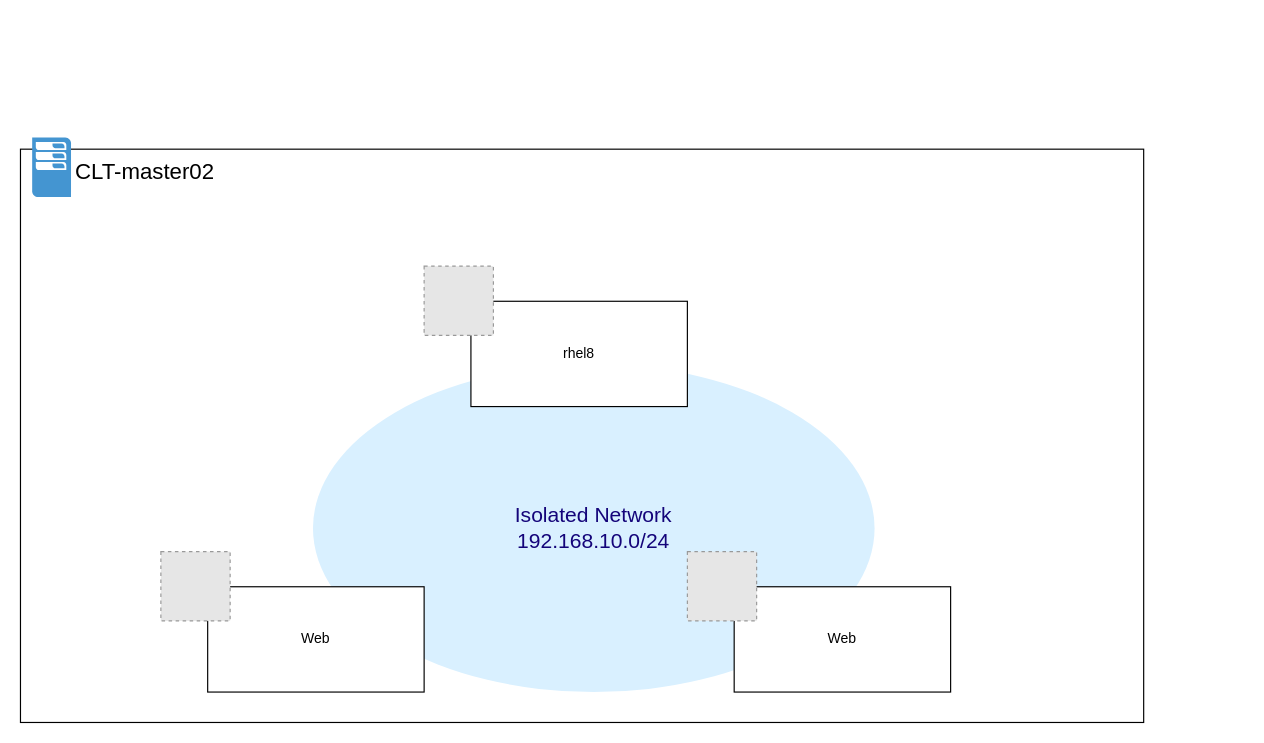
Earlier version of the draw.io diagram iptables_test01.drawio (yokikim/Report-resource-linux). Source tidied: cells renumbered, new cells numbered last; positions are measured from the earlier drawing's top-left corner, leaving out a move shared by most shapes. Both pictures are drawn from the tidied source at 117%, with x=0, y=0 at pixel (20, 137). Pictures stored in the file or linked from it are replaced by grey dashed boxes.
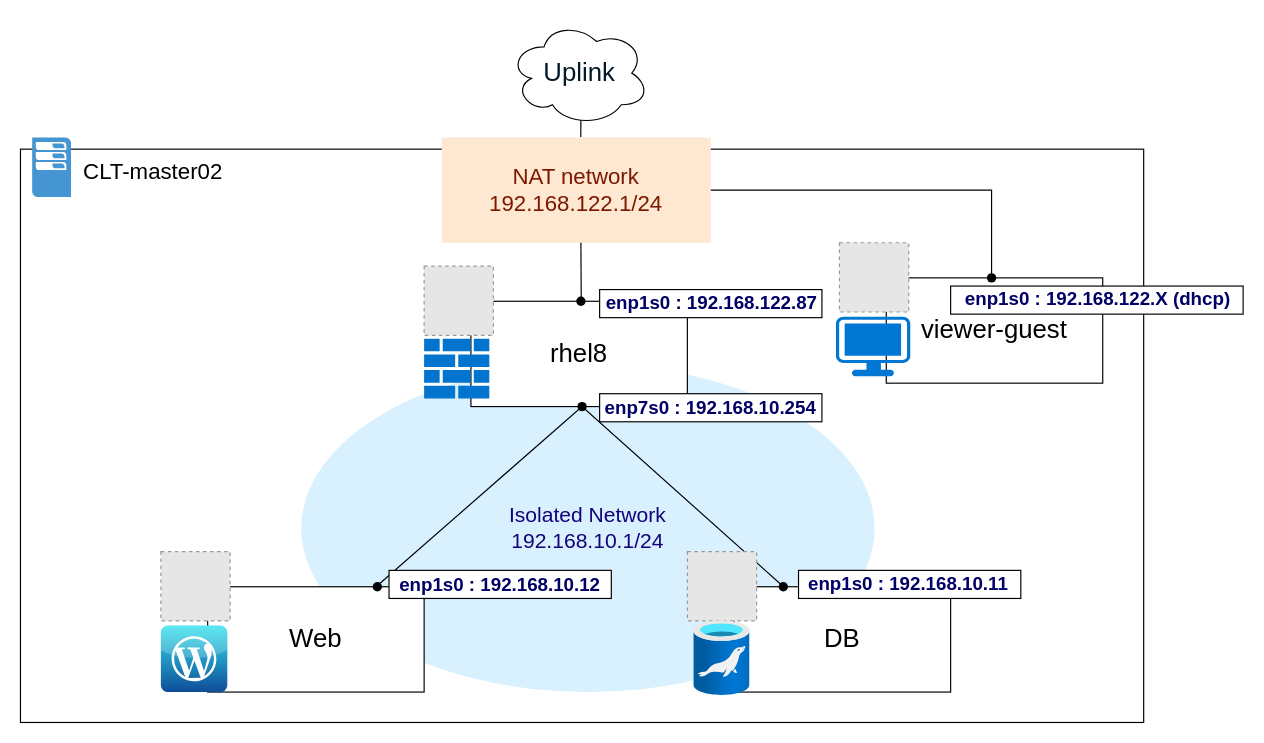
The same page after the edit.

The change refers to these unchanged cells:
```xml
<mxCell id="2" style="group;" parent="1" vertex="1">
  <mxGeometry width="960" height="500" as="geometry" />
</mxCell>
```

Diff of the diagram source:
```diff
@@
     <mxCell id="5" value="&lt;font style=&quot;font-size: 19px;&quot;&gt;CLT-master02&lt;/font&gt;" style="text;html=1;strokeColor=none;fillColor=none;align=center;verticalAlign=middle;whiteSpace=wrap;rounded=0;" parent="2" vertex="1">
-      <mxGeometry x="43.2" y="10.4" width="126.8" height="39.6" as="geometry" />
+      <mxGeometry x="50" y="10" width="126.8" height="39.6" as="geometry" />
     </mxCell>
@@
-    <mxCell id="7" value="&lt;font color=&quot;#14047a&quot; style=&quot;font-size: 18px;&quot;&gt;Isolated Network&lt;br&gt;192.168.10.0/24&lt;/font&gt;" style="ellipse;whiteSpace=wrap;html=1;fillColor=#D9F0FF;strokeColor=none;" parent="6" vertex="1">
-      <mxGeometry x="250" y="194" width="480" height="280" as="geometry" />
+    <mxCell id="7" value="&lt;font color=&quot;#14047a&quot; style=&quot;font-size: 18px;&quot;&gt;Isolated Network&lt;br&gt;192.168.10.1/24&lt;/font&gt;" style="ellipse;whiteSpace=wrap;html=1;fillColor=#D9F0FF;strokeColor=none;" parent="6" vertex="1">
+      <mxGeometry x="240" y="194" width="490" height="280" as="geometry" />
     </mxCell>
+    <mxCell id="15" value="&lt;font color=&quot;#7a1800&quot;&gt;NAT network&lt;br&gt;192.168.122.1/24&lt;/font&gt;" style="rounded=0;whiteSpace=wrap;html=1;fontSize=19;fontColor=#14047A;fillColor=#FFE8D1;strokeColor=none;" parent="6" vertex="1">
+      <mxGeometry x="360" width="230" height="90" as="geometry" />
+    </mxCell>
+    <mxCell id="16" parent="0" />
+    <mxCell id="17" style="endArrow=none;html=1;rounded=0;fontSize=22;fontColor=#7A1800;" parent="16" edge="1" source="11" target="13">
+      <mxGeometry relative="1" as="geometry">
+        <Array as="points">
+          <mxPoint x="480" y="230" />
+        </Array>
+      </mxGeometry>
+    </mxCell>
+    <mxCell id="18" style="endArrow=none;html=1;rounded=0;fontSize=22;fontColor=#7A1800;exitX=0.534;exitY=0.99;exitDx=0;exitDy=0;exitPerimeter=0;" parent="16" edge="1">
+      <mxGeometry relative="1" as="geometry">
+        <mxPoint x="479.8" y="229.1" as="sourcePoint" />
+        <mxPoint x="479" y="90" as="targetPoint" />
+      </mxGeometry>
+    </mxCell>
+    <mxCell id="19" style="endArrow=none;html=1;rounded=0;fontSize=22;fontColor=#7A1800;" parent="16" edge="1" target="15">
+      <mxGeometry relative="1" as="geometry">
+        <mxPoint x="830" y="120" as="sourcePoint" />
+        <Array as="points">
+          <mxPoint x="830" y="45" />
+        </Array>
+      </mxGeometry>
+    </mxCell>
+    <mxCell id="20" style="endArrow=none;html=1;rounded=0;fontSize=22;fontColor=#7A1800;exitX=0.517;exitY=-0.005;exitDx=0;exitDy=0;exitPerimeter=0;" parent="16" edge="1" source="15">
+      <mxGeometry relative="1" as="geometry">
+        <mxPoint x="479" y="-30" as="targetPoint" />
+      </mxGeometry>
+    </mxCell>
@@
-    <mxCell id="9" value="rhel8" style="rounded=0;whiteSpace=wrap;html=1;" parent="8" vertex="1">
+    <mxCell id="9" value="&lt;font style=&quot;font-size: 22px;&quot;&gt;rhel8&lt;/font&gt;" style="rounded=0;whiteSpace=wrap;html=1;" parent="8" vertex="1">
       <mxGeometry x="385" y="140" width="185" height="90" as="geometry" />
     </mxCell>
@@
-    <mxCell id="11" value="Web" style="rounded=0;whiteSpace=wrap;html=1;" parent="8" vertex="1">
+    <mxCell id="11" value="&lt;font style=&quot;font-size: 22px;&quot;&gt;Web&lt;/font&gt;" style="rounded=0;whiteSpace=wrap;html=1;" parent="8" vertex="1">
       <mxGeometry x="160" y="384" width="185" height="90" as="geometry" />
     </mxCell>
@@
-    <mxCell id="13" value="Web" style="rounded=0;whiteSpace=wrap;html=1;" parent="8" vertex="1">
+    <mxCell id="13" value="&lt;font style=&quot;font-size: 22px;&quot;&gt;DB&lt;/font&gt;" style="rounded=0;whiteSpace=wrap;html=1;" parent="8" vertex="1">
       <mxGeometry x="610" y="384" width="185" height="90" as="geometry" />
     </mxCell>
@@
+    <mxCell id="21" value="&lt;font style=&quot;font-size: 22px;&quot;&gt;viewer-guest&lt;/font&gt;" style="rounded=0;whiteSpace=wrap;html=1;" parent="8" vertex="1">
+      <mxGeometry x="740" y="120" width="185" height="90" as="geometry" />
+    </mxCell>
+    <mxCell id="22" style="fillColor=#E6E6E6;strokeColor=#999999;dashed=1;html=1;verticalAlign=top;verticalLabelPosition=bottom;labelBackgroundColor=#ffffff;" parent="8" vertex="1">
+      <mxGeometry x="700" y="90" width="59.2" height="59.2" as="geometry" />
+    </mxCell>
+    <mxCell id="23" style="html=1;align=center;image;fontSize=12;image=img/lib/azure2/databases/Azure_Database_MariaDB_Server.svg;fontColor=#7A1800;fillColor=#FFE8D1;" parent="8" vertex="1">
+      <mxGeometry x="575.6" y="413.2" width="48" height="64" as="geometry" />
+    </mxCell>
+    <mxCell id="24" style="dashed=0;html=1;align=center;labelPosition=center;verticalLabelPosition=bottom;verticalAlign=top;shape=mxgraph.webicons.wordpress_2;fillColor=#35E2EE;gradientColor=#0E4D99;fontSize=22;fontColor=#7A1800;" parent="8" vertex="1">
+      <mxGeometry x="120" y="417.2" width="56.8" height="56.8" as="geometry" />
+    </mxCell>
+    <mxCell id="25" style="sketch=0;shadow=0;dashed=0;html=1;strokeColor=none;labelPosition=center;verticalLabelPosition=bottom;verticalAlign=top;align=center;shape=mxgraph.office.concepts.firewall;fillColor=#0074ce;fontSize=22;fontColor=#7A1800;" parent="8" vertex="1">
+      <mxGeometry x="345" y="172" width="55.7" height="51" as="geometry" />
+    </mxCell>
+    <mxCell id="26" style="verticalLabelPosition=bottom;sketch=0;html=1;verticalAlign=top;align=center;shape=mxgraph.cisco19.workstation;fillColor=#0077d3;strokeColor=none;fontSize=22;fontColor=#7A1800;" parent="8" vertex="1">
+      <mxGeometry x="697" y="153.2" width="63.5" height="50.8" as="geometry" />
+    </mxCell>
+    <mxCell id="27" value="&lt;font color=&quot;#021926&quot;&gt;Uplink&lt;/font&gt;" style="ellipse;shape=cloud;whiteSpace=wrap;html=1;fontSize=22;fontColor=#7A1800;fillColor=#FFFFFF;" parent="8" vertex="1">
+      <mxGeometry x="417.5" y="-100" width="120" height="90" as="geometry" />
+    </mxCell>
+    <mxCell id="28" parent="0" />
+    <mxCell id="29" style="rounded=0;whiteSpace=wrap;html=1;labelBorderColor=none;strokeColor=default;strokeWidth=1;fontSize=16;fontColor=#000066;fillColor=default;" parent="28" vertex="1">
+      <mxGeometry x="495" y="219" width="190" height="24" as="geometry" />
+    </mxCell>
+    <mxCell id="30" style="rounded=0;whiteSpace=wrap;html=1;labelBorderColor=none;strokeColor=default;strokeWidth=1;fontSize=16;fontColor=#000066;fillColor=default;" parent="28" vertex="1">
+      <mxGeometry x="495" y="130" width="190" height="24" as="geometry" />
+    </mxCell>
+    <mxCell id="31" style="rounded=0;whiteSpace=wrap;html=1;labelBorderColor=none;strokeColor=default;strokeWidth=1;fontSize=16;fontColor=#000066;fillColor=default;" parent="28" vertex="1">
+      <mxGeometry x="315" y="370" width="190" height="24" as="geometry" />
+    </mxCell>
+    <mxCell id="32" style="rounded=0;whiteSpace=wrap;html=1;labelBorderColor=none;strokeColor=default;strokeWidth=1;fontSize=16;fontColor=#000066;fillColor=default;" parent="28" vertex="1">
+      <mxGeometry x="665" y="370" width="190" height="24" as="geometry" />
+    </mxCell>
+    <mxCell id="33" style="rounded=0;whiteSpace=wrap;html=1;labelBorderColor=none;strokeColor=default;strokeWidth=1;fontSize=16;fontColor=#000066;fillColor=default;" parent="28" vertex="1">
+      <mxGeometry x="795" y="127" width="250" height="24" as="geometry" />
+    </mxCell>
+    <mxCell id="34" parent="0" />
+    <mxCell id="35" value="&lt;font color=&quot;#000066&quot; style=&quot;font-size: 16px;&quot;&gt;&lt;b&gt;enp7s0 : 192.168.10.254&lt;/b&gt;&lt;/font&gt;" style="text;html=1;strokeColor=none;fillColor=none;align=center;verticalAlign=middle;whiteSpace=wrap;rounded=0;fontSize=22;fontColor=#7A1800;labelBorderColor=none;" parent="34" vertex="1">
+      <mxGeometry x="495" y="215" width="190" height="30" as="geometry" />
+    </mxCell>
+    <mxCell id="36" value="&lt;font color=&quot;#000066&quot; style=&quot;font-size: 16px;&quot;&gt;&lt;b&gt;enp1s0 : 192.168.10.12&lt;/b&gt;&lt;/font&gt;" style="text;html=1;strokeColor=none;fillColor=none;align=center;verticalAlign=middle;whiteSpace=wrap;rounded=0;fontSize=22;fontColor=#7A1800;" parent="34" vertex="1">
+      <mxGeometry x="315" y="366" width="190" height="30" as="geometry" />
+    </mxCell>
+    <mxCell id="37" value="&lt;font color=&quot;#000066&quot; style=&quot;font-size: 16px;&quot;&gt;&lt;b&gt;enp1s0 : 192.168.10.11&lt;/b&gt;&lt;/font&gt;" style="text;html=1;strokeColor=none;fillColor=none;align=center;verticalAlign=middle;whiteSpace=wrap;rounded=0;fontSize=22;fontColor=#7A1800;" parent="34" vertex="1">
+      <mxGeometry x="664" y="365" width="190" height="30" as="geometry" />
+    </mxCell>
+    <mxCell id="38" style="shape=waypoint;sketch=0;fillStyle=solid;size=6;fillColor=#021926;perimeter=centerPerimeter;rounded=0;labelBorderColor=none;strokeColor=default;strokeWidth=2;fontSize=16;fontColor=#000066;" parent="34" vertex="1">
+      <mxGeometry x="470" y="220" width="20" height="20" as="geometry" />
+    </mxCell>
+    <mxCell id="39" style="shape=waypoint;sketch=0;fillStyle=solid;size=6;fillColor=#021926;perimeter=centerPerimeter;rounded=0;labelBorderColor=none;strokeColor=default;strokeWidth=2;fontSize=16;fontColor=#000066;" parent="34" vertex="1">
+      <mxGeometry x="469" y="130" width="20" height="20" as="geometry" />
+    </mxCell>
+    <mxCell id="40" style="shape=waypoint;sketch=0;fillStyle=solid;size=6;fillColor=none;perimeter=centerPerimeter;rounded=0;labelBorderColor=none;strokeColor=default;strokeWidth=2;fontSize=16;fontColor=#000066;" parent="34" vertex="1">
+      <mxGeometry x="295" y="374" width="20" height="20" as="geometry" />
+    </mxCell>
+    <mxCell id="41" style="shape=waypoint;sketch=0;fillStyle=solid;size=6;fillColor=none;perimeter=centerPerimeter;rounded=0;labelBorderColor=none;strokeColor=default;strokeWidth=2;fontSize=16;fontColor=#000066;" parent="34" vertex="1">
+      <mxGeometry x="642" y="374" width="20" height="20" as="geometry" />
+    </mxCell>
+    <mxCell id="42" style="shape=waypoint;sketch=0;fillStyle=solid;size=6;fillColor=#021926;perimeter=centerPerimeter;rounded=0;labelBorderColor=none;strokeColor=default;strokeWidth=2;fontSize=16;fontColor=#000066;" parent="34" vertex="1">
+      <mxGeometry x="820" y="110" width="20" height="20" as="geometry" />
+    </mxCell>
+    <mxCell id="43" value="&lt;font color=&quot;#000066&quot; style=&quot;font-size: 16px;&quot;&gt;&lt;b&gt;enp1s0 : 192.168.122.X (dhcp)&lt;/b&gt;&lt;/font&gt;" style="text;html=1;strokeColor=none;fillColor=none;align=center;verticalAlign=middle;whiteSpace=wrap;rounded=0;fontSize=22;fontColor=#7A1800;" parent="34" vertex="1">
+      <mxGeometry x="806" y="122" width="230" height="30" as="geometry" />
+    </mxCell>
+    <mxCell id="44" value="&lt;font color=&quot;#000066&quot; style=&quot;font-size: 16px;&quot;&gt;&lt;b&gt;enp1s0 : 192.168.122.87&lt;/b&gt;&lt;/font&gt;" style="text;html=1;strokeColor=none;fillColor=none;align=center;verticalAlign=middle;whiteSpace=wrap;rounded=0;fontSize=22;fontColor=#7A1800;labelBorderColor=none;" parent="34" vertex="1">
+      <mxGeometry x="496" y="125" width="190" height="30" as="geometry" />
+    </mxCell>
```
